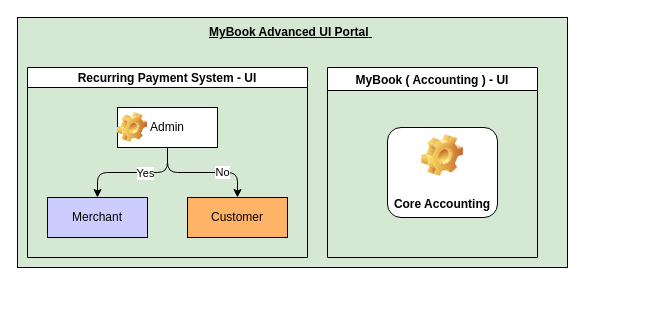
The draw.io diagram Untitled Diagram.drawio in kk-ecu/tobedeleted, before the edit. Source tidied: cells renumbered, new cells numbered last; positions are measured from the earlier drawing's top-left corner, leaving out a move shared by most shapes. Both pictures are drawn from the tidied source at 100%, with x=0, y=0 at pixel (17, 17).
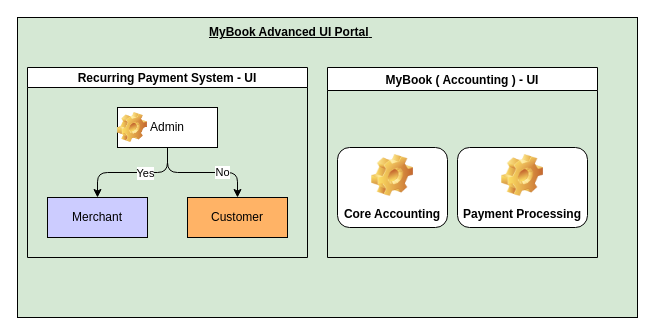
The same diagram, later.

The edit, as a diff of the source:
```diff
@@
 <mxGraphModel>
   <root>
     <mxCell id="0" />
     <mxCell id="1" parent="0" />
     <mxCell id="2" style="rounded=0;whiteSpace=wrap;html=1;fillColor=#D5E8D4;" parent="1" vertex="1">
-      <mxGeometry width="550" height="250" as="geometry" />
+      <mxGeometry width="620" height="300" as="geometry" />
     </mxCell>
     <mxCell id="3" value="&lt;div style=&quot;&quot;&gt;&lt;span style=&quot;background-color: initial;&quot;&gt;MyBook Advanced UI Portal&lt;/span&gt;&lt;span style=&quot;background-color: initial; text-wrap: nowrap; color: rgba(0, 0, 0, 0); font-family: monospace; font-size: 0px;&quot;&gt;%3 CmxGraphModel%3E%3Croot%3E%3CmxCell%20id%3D%220%22%2F%3E%3CmxCell%20id%3D%221%22%20parent%3D%220%22%2F%3E%3CmxCell%20id%3D%222%22%20value%3D%22c%22%20style%3D%22ellipse%3BwhiteSpace%3Dwrap%3Bhtml%3D1%3B%22%20vertex%3D%221%22%20parent%3D%221%22%3E%3CmxGeometry%20x%3D%22340%22%20y%3D%22470%22%20width%3D%2210%22%20height%3D%2210%22%20as%3D%22geometry%22%2F%3E%3C%2FmxCell%3E%3C%2Froot%3E%3C%2FmxGraphModel%3E&lt;/span&gt;&lt;span style=&quot;background-color: initial;&quot;&gt;&amp;nbsp;&lt;/span&gt;&lt;/div&gt;" style="text;html=1;align=left;verticalAlign=middle;whiteSpace=wrap;rounded=1;fontStyle=5;" parent="1" vertex="1">
       <mxGeometry x="190" width="190" height="30" as="geometry" />
     </mxCell>
     <mxCell id="4" value="Recurring Payment System - UI" style="swimlane;startSize=20;horizontal=1;horizontalTree=0;containerType=tree;fontSize=12;" parent="1" vertex="1">
       <mxGeometry x="10" y="50" width="280" height="190" as="geometry" />
     </mxCell>
     <mxCell id="5" value="Admin" style="whiteSpace=wrap;html=1;" parent="4" vertex="1">
       <mxGeometry x="90" y="40" width="100" height="40" as="geometry" />
     </mxCell>
     <mxCell id="6" value="Merchant" style="whiteSpace=wrap;html=1;fillColor=#CCCCFF;" parent="4" vertex="1">
       <mxGeometry x="20" y="130" width="100" height="40" as="geometry" />
     </mxCell>
     <mxCell id="7" style="edgeStyle=elbowEdgeStyle;elbow=vertical;html=1;rounded=1;curved=0;sourcePerimeterSpacing=0;targetPerimeterSpacing=0;startSize=6;endSize=6;" parent="4" edge="1" source="5" target="6">
       <mxGeometry relative="1" as="geometry" />
     </mxCell>
     <mxCell id="8" value="Yes" style="edgeLabel;html=1;align=center;verticalAlign=middle;" parent="7" vertex="1">
       <mxGeometry x="-0.2" relative="1" as="geometry" />
     </mxCell>
     <mxCell id="9" value="Customer" style="whiteSpace=wrap;html=1;fillColor=#FFB366;" parent="4" vertex="1">
       <mxGeometry x="160" y="130" width="100" height="40" as="geometry" />
     </mxCell>
     <mxCell id="10" style="edgeStyle=elbowEdgeStyle;elbow=vertical;html=1;rounded=1;curved=0;sourcePerimeterSpacing=0;targetPerimeterSpacing=0;startSize=6;endSize=6;" parent="4" edge="1" source="5" target="9">
       <mxGeometry relative="1" as="geometry" />
     </mxCell>
     <mxCell id="11" value="No" style="edgeLabel;html=1;align=center;verticalAlign=middle;" parent="10" vertex="1">
       <mxGeometry x="0.32" y="1" relative="1" as="geometry" />
     </mxCell>
     <mxCell id="12" style="shape=image;html=1;verticalLabelPosition=bottom;verticalAlign=top;imageAspect=0;image=img/clipart/Gear_128x128.png;" parent="4" vertex="1">
       <mxGeometry x="90" y="45" width="30" height="30" as="geometry" />
     </mxCell>
     <mxCell id="13" value="MyBook ( Accounting ) - UI" style="swimlane;" parent="1" vertex="1">
-      <mxGeometry x="310" y="50" width="210" height="190" as="geometry" />
+      <mxGeometry x="310" y="50" width="270" height="190" as="geometry" />
     </mxCell>
     <mxCell id="14" value="Core Accounting" style="label;whiteSpace=wrap;html=1;align=center;verticalAlign=bottom;spacingLeft=0;spacingBottom=4;imageAlign=center;imageVerticalAlign=top;image=img/clipart/Gear_128x128.png;" parent="13" vertex="1">
-      <mxGeometry x="60" y="60" width="110" height="90" as="geometry" />
+      <mxGeometry x="10" y="80" width="110" height="80" as="geometry" />
     </mxCell>
+    <mxCell id="15" value="Payment Processing" style="label;whiteSpace=wrap;html=1;align=center;verticalAlign=bottom;spacingLeft=0;spacingBottom=4;imageAlign=center;imageVerticalAlign=top;image=img/clipart/Gear_128x128.png;" parent="13" vertex="1">
+      <mxGeometry x="130" y="80" width="130" height="80" as="geometry" />
+    </mxCell>
   </root>
 </mxGraphModel>
```
